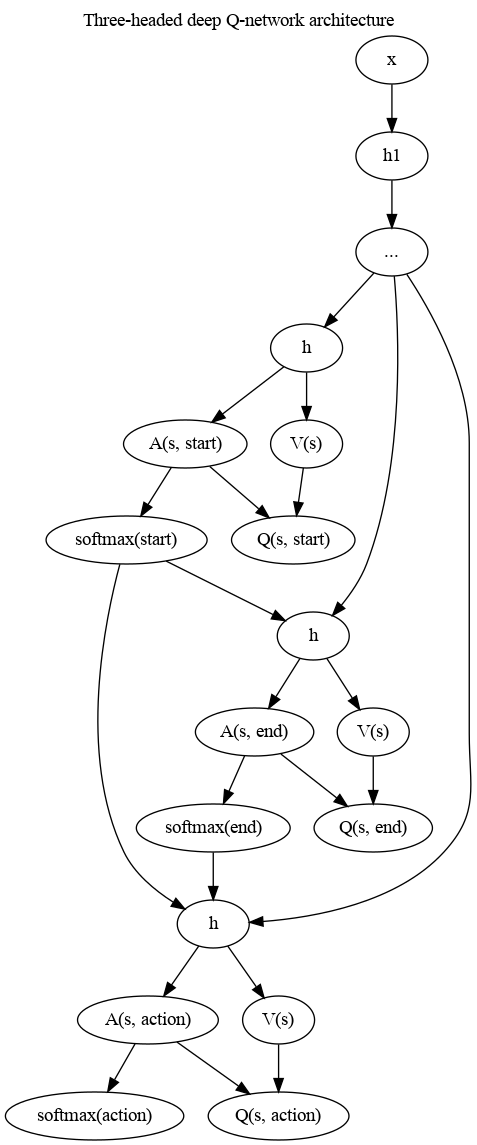
Earlier version of the Graphviz export doc/graphs/ann_3headed_DDDQN.png (basictask/TrafficControl). Its source is kept beside it as doc/graphs/ann_3headed_DDDQN.dot. Its diagram source:
```dot
digraph "ann_singlehead" {
    label = "Three-headed deep Q-network architecture"
    labelloc = "top"


    input [label = "x"]
    hidden1 [label = "h1"]
    hidden2 [label = "..."]
    hidden_start [label = "h"]
    hidden_end [label = "h"]
    hidden_action [label = "h"]

    A_start [label = "A(s, start)"]
    V_start [label = "V(s)"]
    softmax_start [label = "softmax(start)"]
    Q_start [label = "Q(s, start)"]

    A_end [label = "A(s, end)"]
    V_end [label = "V(s)"]
    softmax_end [label = "softmax(end)"]
    Q_end [label = "Q(s, end)"]

    A_action [label = "A(s, action)"]
    V_action [label = "V(s)"]
    softmax_action [label = "softmax(action)"]
    Q_action [label = "Q(s, action)"]

    input -> hidden1
    hidden1 -> hidden2

    hidden2 -> hidden_start
    hidden_start -> A_start
    hidden_start -> V_start
    A_start -> softmax_start
    A_start -> Q_start
    V_start -> Q_start

    hidden2 -> hidden_end
    hidden_end -> A_end
    hidden_end -> V_end
    A_end -> softmax_end
    A_end -> Q_end
    V_end -> Q_end

    softmax_start -> hidden_end

    hidden2 -> hidden_action
    hidden_action -> A_action
    hidden_action -> V_action
    A_action -> softmax_action
    A_action -> Q_action
    V_action -> Q_action

    softmax_start -> hidden_action
    softmax_end -> hidden_action
}
```
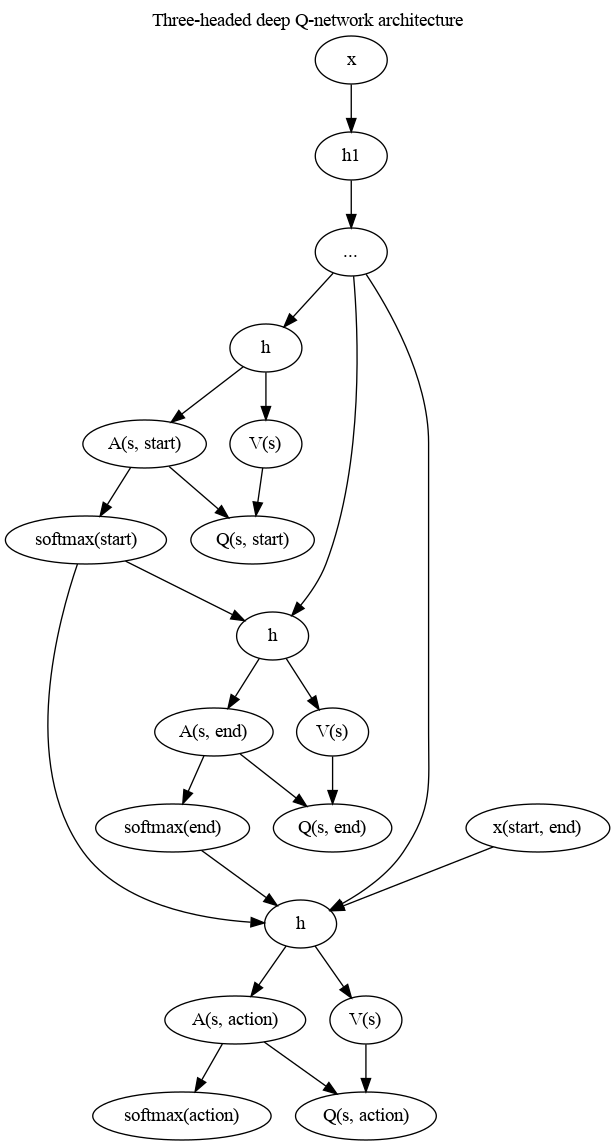
The same file after the commit.

Change to the diagram source:
```diff
@@ -20,6 +20,7 @@
     softmax_end [label = "softmax(end)"]
     Q_end [label = "Q(s, end)"]
 
+    X_state [label = "x(start, end)"]
     A_action [label = "A(s, action)"]
     V_action [label = "V(s)"]
     softmax_action [label = "softmax(action)"]
@@ -45,6 +46,7 @@
     softmax_start -> hidden_end
 
     hidden2 -> hidden_action
+    X_state -> hidden_action
     hidden_action -> A_action
     hidden_action -> V_action
     A_action -> softmax_action
```
